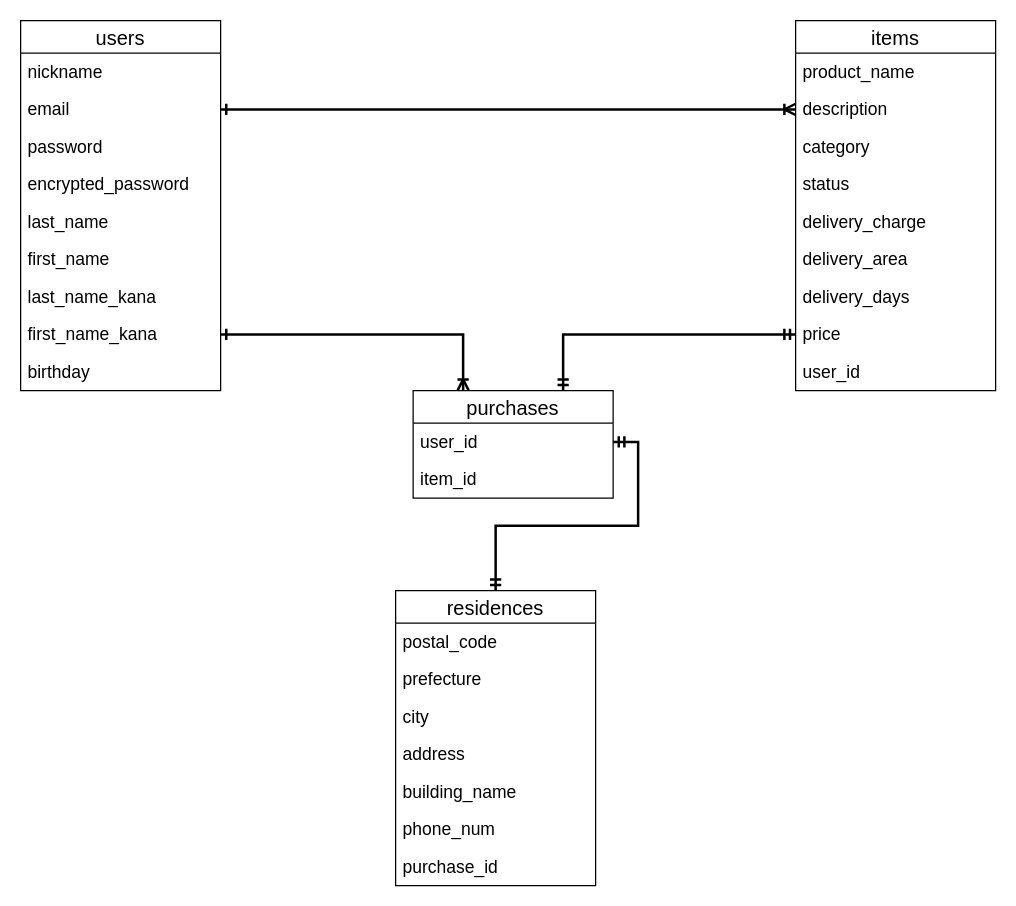
Yuto20/furima-36561 keeps this draw.io diagram as furima.dio. Above is the earlier version. Source tidied: cells renumbered, new cells numbered last; positions are measured from the earlier drawing's top-left corner, leaving out a move shared by most shapes. Both pictures are drawn from the tidied source at 125%, with x=0, y=0 at pixel (20, 20).
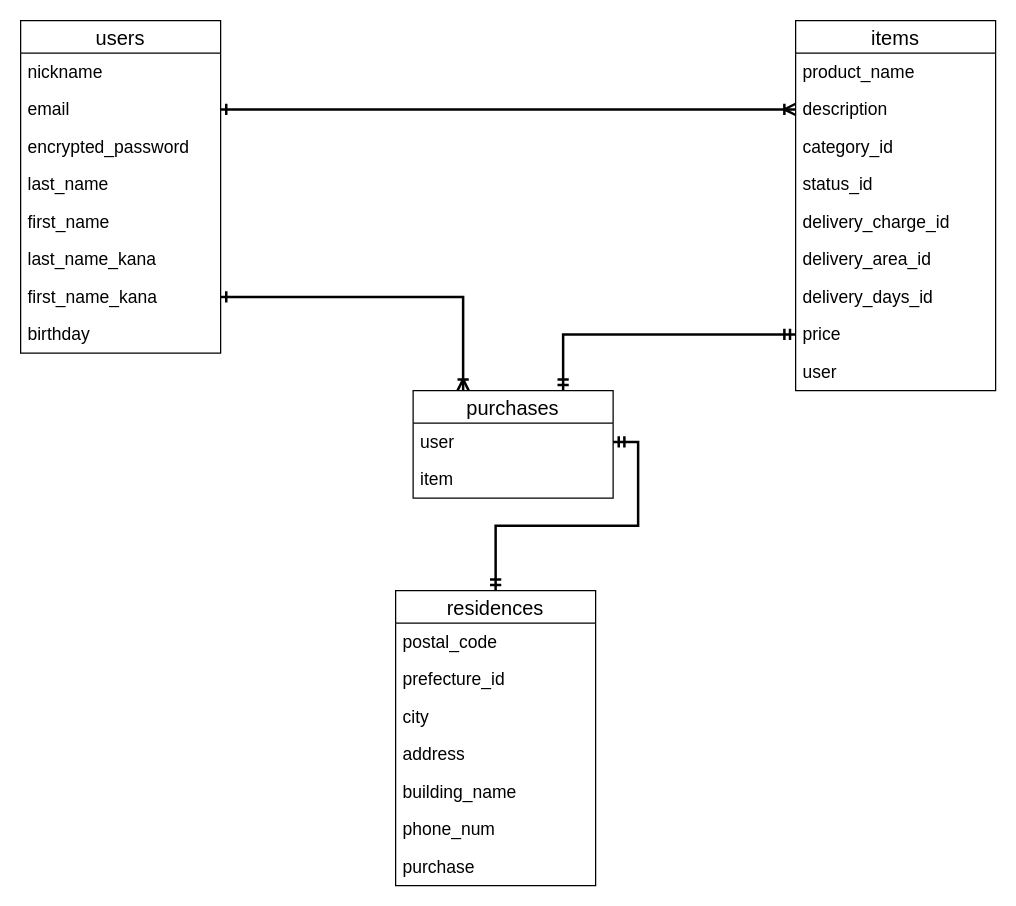
After the change.

Commit message (it also covers changes not shown here):
last-nameを_に修正とdelivery_days_idを単数形に修正

usersテーブルのlast-nameカラムをlast_nameに修正
purchasesテーブルのdelivery_days_idを単数形に修正

The change refers to these unchanged cells:
```xml
<mxCell id="12" value="items" style="swimlane;fontStyle=0;horizontal=1;startSize=26;align=center;fontSize=16;" parent="1" vertex="1">
  <mxGeometry x="620" width="160" height="296" as="geometry" />
</mxCell>
<mxCell id="24" value="purchases" style="swimlane;fontStyle=0;horizontal=1;startSize=26;align=center;fontSize=16;" parent="1" vertex="1">
  <mxGeometry x="314" y="296" width="160" height="86" as="geometry" />
</mxCell>
<mxCell id="29" value="residences" style="swimlane;fontStyle=0;horizontal=1;startSize=26;align=center;fontSize=16;" parent="1" vertex="1">
  <mxGeometry x="300" y="456" width="160" height="236" as="geometry" />
</mxCell>
```

Diff of the diagram source:
```diff
@@
     <mxCell id="2" value="users" style="swimlane;fontStyle=0;horizontal=1;startSize=26;align=center;fontSize=16;" parent="1" vertex="1">
-      <mxGeometry width="160" height="296" as="geometry" />
+      <mxGeometry width="160" height="266" as="geometry" />
     </mxCell>
@@
-    <mxCell id="5" value="password" style="text;strokeColor=none;fillColor=none;spacingLeft=4;spacingRight=4;overflow=hidden;fontSize=14;" parent="2" vertex="1">
-      <mxGeometry y="86" width="160" height="30" as="geometry" />
-    </mxCell>
     <mxCell id="6" value="encrypted_password" style="text;strokeColor=none;fillColor=none;spacingLeft=4;spacingRight=4;overflow=hidden;fontSize=14;" parent="2" vertex="1">
-      <mxGeometry y="116" width="160" height="30" as="geometry" />
+      <mxGeometry y="86" width="160" height="30" as="geometry" />
     </mxCell>
     <mxCell id="7" value="last_name" style="text;strokeColor=none;fillColor=none;spacingLeft=4;spacingRight=4;overflow=hidden;points=[[0,0.5],[1,0.5]];portConstraint=eastwest;fontSize=14;" parent="2" vertex="1">
-      <mxGeometry y="146" width="160" height="30" as="geometry" />
+      <mxGeometry y="116" width="160" height="30" as="geometry" />
     </mxCell>
     <mxCell id="8" value="first_name" style="text;strokeColor=none;fillColor=none;spacingLeft=4;spacingRight=4;overflow=hidden;fontSize=14;" parent="2" vertex="1">
-      <mxGeometry y="176" width="160" height="30" as="geometry" />
+      <mxGeometry y="146" width="160" height="30" as="geometry" />
     </mxCell>
     <mxCell id="9" value="last_name_kana" style="text;strokeColor=none;fillColor=none;spacingLeft=4;spacingRight=4;overflow=hidden;fontSize=14;" parent="2" vertex="1">
-      <mxGeometry y="206" width="160" height="30" as="geometry" />
+      <mxGeometry y="176" width="160" height="30" as="geometry" />
     </mxCell>
     <mxCell id="10" value="first_name_kana" style="text;strokeColor=none;fillColor=none;spacingLeft=4;spacingRight=4;overflow=hidden;points=[[0,0.5],[1,0.5]];portConstraint=eastwest;fontSize=14;" parent="2" vertex="1">
-      <mxGeometry y="236" width="160" height="30" as="geometry" />
+      <mxGeometry y="206" width="160" height="30" as="geometry" />
     </mxCell>
     <mxCell id="11" value="birthday" style="text;strokeColor=none;fillColor=none;spacingLeft=4;spacingRight=4;overflow=hidden;fontSize=14;" parent="2" vertex="1">
-      <mxGeometry y="266" width="160" height="30" as="geometry" />
+      <mxGeometry y="236" width="160" height="30" as="geometry" />
     </mxCell>
@@
-    <mxCell id="15" value="category" style="text;strokeColor=none;fillColor=none;spacingLeft=4;spacingRight=4;overflow=hidden;fontSize=14;" parent="12" vertex="1">
+    <mxCell id="15" value="category_id" style="text;strokeColor=none;fillColor=none;spacingLeft=4;spacingRight=4;overflow=hidden;fontSize=14;" parent="12" vertex="1">
       <mxGeometry y="86" width="160" height="30" as="geometry" />
     </mxCell>
-    <mxCell id="16" value="status" style="text;strokeColor=none;fillColor=none;spacingLeft=4;spacingRight=4;overflow=hidden;fontSize=14;" parent="12" vertex="1">
+    <mxCell id="16" value="status_id" style="text;strokeColor=none;fillColor=none;spacingLeft=4;spacingRight=4;overflow=hidden;fontSize=14;" parent="12" vertex="1">
       <mxGeometry y="116" width="160" height="30" as="geometry" />
     </mxCell>
-    <mxCell id="17" value="delivery_charge" style="text;strokeColor=none;fillColor=none;spacingLeft=4;spacingRight=4;overflow=hidden;points=[[0,0.5],[1,0.5]];portConstraint=eastwest;fontSize=14;" parent="12" vertex="1">
+    <mxCell id="17" value="delivery_charge_id" style="text;strokeColor=none;fillColor=none;spacingLeft=4;spacingRight=4;overflow=hidden;points=[[0,0.5],[1,0.5]];portConstraint=eastwest;fontSize=14;" parent="12" vertex="1">
       <mxGeometry y="146" width="160" height="30" as="geometry" />
     </mxCell>
-    <mxCell id="18" value="delivery_area" style="text;strokeColor=none;fillColor=none;spacingLeft=4;spacingRight=4;overflow=hidden;fontSize=14;" parent="12" vertex="1">
+    <mxCell id="18" value="delivery_area_id" style="text;strokeColor=none;fillColor=none;spacingLeft=4;spacingRight=4;overflow=hidden;fontSize=14;" parent="12" vertex="1">
       <mxGeometry y="176" width="160" height="30" as="geometry" />
     </mxCell>
-    <mxCell id="19" value="delivery_days" style="text;strokeColor=none;fillColor=none;spacingLeft=4;spacingRight=4;overflow=hidden;fontSize=14;" parent="12" vertex="1">
+    <mxCell id="19" value="delivery_days_id" style="text;strokeColor=none;fillColor=none;spacingLeft=4;spacingRight=4;overflow=hidden;fontSize=14;" parent="12" vertex="1">
       <mxGeometry y="206" width="160" height="30" as="geometry" />
     </mxCell>
@@
-    <mxCell id="21" value="user_id" style="text;strokeColor=none;fillColor=none;spacingLeft=4;spacingRight=4;overflow=hidden;fontSize=14;" parent="12" vertex="1">
+    <mxCell id="21" value="user" style="text;strokeColor=none;fillColor=none;spacingLeft=4;spacingRight=4;overflow=hidden;fontSize=14;" parent="12" vertex="1">
       <mxGeometry y="266" width="160" height="30" as="geometry" />
     </mxCell>
@@
-    <mxCell id="25" value="user_id" style="text;strokeColor=none;fillColor=none;spacingLeft=4;spacingRight=4;overflow=hidden;points=[[0,0.5],[1,0.5]];portConstraint=eastwest;fontSize=14;" parent="24" vertex="1">
+    <mxCell id="25" value="user" style="text;strokeColor=none;fillColor=none;spacingLeft=4;spacingRight=4;overflow=hidden;points=[[0,0.5],[1,0.5]];portConstraint=eastwest;fontSize=14;" parent="24" vertex="1">
       <mxGeometry y="26" width="160" height="30" as="geometry" />
     </mxCell>
-    <mxCell id="26" value="item_id" style="text;strokeColor=none;fillColor=none;spacingLeft=4;spacingRight=4;overflow=hidden;fontSize=14;" parent="24" vertex="1">
+    <mxCell id="26" value="item" style="text;strokeColor=none;fillColor=none;spacingLeft=4;spacingRight=4;overflow=hidden;fontSize=14;" parent="24" vertex="1">
       <mxGeometry y="56" width="160" height="30" as="geometry" />
     </mxCell>
@@
-    <mxCell id="31" value="prefecture" style="text;strokeColor=none;fillColor=none;spacingLeft=4;spacingRight=4;overflow=hidden;fontSize=14;" parent="29" vertex="1">
+    <mxCell id="31" value="prefecture_id" style="text;strokeColor=none;fillColor=none;spacingLeft=4;spacingRight=4;overflow=hidden;fontSize=14;" parent="29" vertex="1">
       <mxGeometry y="56" width="160" height="30" as="geometry" />
     </mxCell>
@@
-    <mxCell id="36" value="purchase_id" style="text;strokeColor=none;fillColor=none;spacingLeft=4;spacingRight=4;overflow=hidden;fontSize=14;" parent="29" vertex="1">
+    <mxCell id="36" value="purchase" style="text;strokeColor=none;fillColor=none;spacingLeft=4;spacingRight=4;overflow=hidden;fontSize=14;" parent="29" vertex="1">
       <mxGeometry y="206" width="160" height="30" as="geometry" />
     </mxCell>
```
